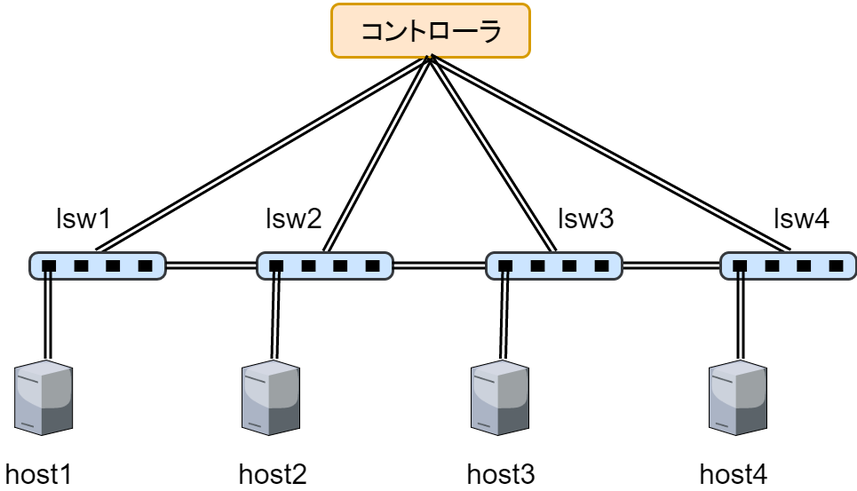
Before: img/multi-switch-model.png, a diagram exported from draw.io (handai-trema/learning-switch-shuya-abe). Source tidied: cells renumbered, new cells last; positions are measured from the earlier drawing's top-left corner, leaving out a move shared by most shapes. Its diagram source:
```xml
<mxGraphModel background="#ffffff">
  <root>
    <mxCell id="0" />
    <mxCell id="1" parent="0" />
    <mxCell id="2" style="edgeStyle=none;shape=link;rounded=0;html=1;entryX=0.5;entryY=0;jettySize=auto;strokeWidth=3;fontSize=32;exitX=0.5;exitY=1;" parent="1" edge="1" source="3" target="45">
      <mxGeometry relative="1" as="geometry" />
    </mxCell>
    <mxCell id="3" value="コントローラ" style="rounded=1;whiteSpace=wrap;html=1;strokeWidth=3;fillColor=#ffe6cc;fontSize=32;strokeColor=#d79b00;" parent="1" vertex="1">
      <mxGeometry x="370" width="223" height="60" as="geometry" />
    </mxCell>
    <mxCell id="4" style="edgeStyle=none;rounded=0;html=1;exitX=1;exitY=0.5;entryX=0;entryY=0.5;jettySize=auto;strokeWidth=3;fontSize=32;shape=link;" parent="1" edge="1" source="22" target="11">
      <mxGeometry relative="1" as="geometry" />
    </mxCell>
    <mxCell id="5" style="edgeStyle=none;shape=link;rounded=0;html=1;exitX=0.5;exitY=0;entryX=0.5;entryY=1;jettySize=auto;strokeWidth=3;fontSize=32;" parent="1" edge="1" source="33" target="3">
      <mxGeometry relative="1" as="geometry" />
    </mxCell>
    <mxCell id="6" style="edgeStyle=none;shape=link;rounded=0;html=1;exitX=0.5;exitY=0;entryX=0.5;entryY=1;jettySize=auto;strokeWidth=3;fontSize=32;" parent="1" edge="1" source="22" target="3">
      <mxGeometry relative="1" as="geometry" />
    </mxCell>
    <mxCell id="7" style="edgeStyle=none;shape=link;rounded=0;html=1;exitX=0.5;exitY=0;entryX=0.5;entryY=1;jettySize=auto;strokeWidth=3;fontSize=32;" parent="1" edge="1" source="11" target="3">
      <mxGeometry relative="1" as="geometry" />
    </mxCell>
    <mxCell id="8" style="group;" parent="1" vertex="1">
      <mxGeometry x="782" y="220" width="179" height="305" as="geometry" />
    </mxCell>
    <mxCell id="9" style="verticalLabelPosition=bottom;html=1;verticalAlign=top;strokeColor=none;shape=mxgraph.citrix.license_server;fillColor=#000000;gradientColor=none;fontSize=32;" parent="8" vertex="1">
      <mxGeometry x="13" y="181" width="65" height="85" as="geometry" />
    </mxCell>
    <mxCell id="10" style="group;" parent="8" vertex="1">
      <mxGeometry x="26" y="59" width="153" height="32" as="geometry" />
    </mxCell>
    <mxCell id="11" style="rounded=1;whiteSpace=wrap;html=1;strokeWidth=3;fillColor=#cce5ff;fontSize=32;arcSize=32;strokeColor=#36393d;" parent="10" vertex="1">
      <mxGeometry y="1" width="153" height="30" as="geometry" />
    </mxCell>
    <mxCell id="12" style="whiteSpace=wrap;html=1;strokeWidth=3;fillColor=#000000;gradientColor=none;fontSize=32;" parent="10" vertex="1">
      <mxGeometry x="15.3" y="11" width="12.8" height="10" as="geometry" />
    </mxCell>
    <mxCell id="13" style="whiteSpace=wrap;html=1;strokeWidth=3;fillColor=#000000;gradientColor=none;fontSize=32;" parent="10" vertex="1">
      <mxGeometry x="51.6" y="11" width="12.8" height="10" as="geometry" />
    </mxCell>
    <mxCell id="14" style="whiteSpace=wrap;html=1;strokeWidth=3;fillColor=#000000;gradientColor=none;fontSize=32;" parent="10" vertex="1">
      <mxGeometry x="87.3" y="11" width="12.8" height="10" as="geometry" />
    </mxCell>
    <mxCell id="15" style="whiteSpace=wrap;html=1;strokeWidth=3;fillColor=#000000;gradientColor=none;fontSize=32;" parent="10" vertex="1">
      <mxGeometry x="123.7" y="11" width="12.8" height="10" as="geometry" />
    </mxCell>
    <mxCell id="16" style="edgeStyle=none;rounded=0;html=1;exitX=0.5;exitY=1;entryX=0.556;entryY=-0.032;entryPerimeter=0;jettySize=auto;strokeWidth=3;fontSize=32;shape=link;" parent="8" edge="1" source="12" target="9">
      <mxGeometry relative="1" as="geometry" />
    </mxCell>
    <mxCell id="17" value="host4" style="text;html=1;align=left;verticalAlign=top;spacingTop=-4;fontSize=32;" parent="8" vertex="1">
      <mxGeometry y="288" width="90" height="40" as="geometry" />
    </mxCell>
    <mxCell id="18" value="lsw4" style="text;html=1;align=left;verticalAlign=top;spacingTop=-4;fontSize=32;" parent="8" vertex="1">
      <mxGeometry x="84" width="80" height="40" as="geometry" />
    </mxCell>
    <mxCell id="19" style="group;" parent="1" vertex="1">
      <mxGeometry x="520" y="220" width="183" height="305" as="geometry" />
    </mxCell>
    <mxCell id="20" style="verticalLabelPosition=bottom;html=1;verticalAlign=top;strokeColor=none;shape=mxgraph.citrix.license_server;fillColor=#000000;gradientColor=none;fontSize=32;" parent="19" vertex="1">
      <mxGeometry x="7" y="181" width="65" height="85" as="geometry" />
    </mxCell>
    <mxCell id="21" style="group;" parent="19" vertex="1">
      <mxGeometry x="24" y="59" width="153" height="32" as="geometry" />
    </mxCell>
    <mxCell id="22" style="rounded=1;whiteSpace=wrap;html=1;strokeWidth=3;fillColor=#cce5ff;fontSize=32;arcSize=32;strokeColor=#36393d;" parent="21" vertex="1">
      <mxGeometry y="1" width="153" height="30" as="geometry" />
    </mxCell>
    <mxCell id="23" style="whiteSpace=wrap;html=1;strokeWidth=3;fillColor=#000000;gradientColor=none;fontSize=32;" parent="21" vertex="1">
      <mxGeometry x="15.3" y="11" width="12.8" height="10" as="geometry" />
    </mxCell>
    <mxCell id="24" style="whiteSpace=wrap;html=1;strokeWidth=3;fillColor=#000000;gradientColor=none;fontSize=32;" parent="21" vertex="1">
      <mxGeometry x="51.6" y="11" width="12.8" height="10" as="geometry" />
    </mxCell>
    <mxCell id="25" style="whiteSpace=wrap;html=1;strokeWidth=3;fillColor=#000000;gradientColor=none;fontSize=32;" parent="21" vertex="1">
      <mxGeometry x="87.3" y="11" width="12.8" height="10" as="geometry" />
    </mxCell>
    <mxCell id="26" style="whiteSpace=wrap;html=1;strokeWidth=3;fillColor=#000000;gradientColor=none;fontSize=32;" parent="21" vertex="1">
      <mxGeometry x="123.7" y="11" width="12.8" height="10" as="geometry" />
    </mxCell>
    <mxCell id="27" style="edgeStyle=none;rounded=0;html=1;exitX=0.5;exitY=1;entryX=0.556;entryY=-0.032;entryPerimeter=0;jettySize=auto;strokeWidth=3;fontSize=32;shape=link;" parent="19" edge="1" source="23" target="20">
      <mxGeometry relative="1" as="geometry" />
    </mxCell>
    <mxCell id="28" value="host3" style="text;html=1;align=left;verticalAlign=top;spacingTop=-4;fontSize=32;" parent="19" vertex="1">
      <mxGeometry y="288" width="90" height="40" as="geometry" />
    </mxCell>
    <mxCell id="29" value="lsw3" style="text;html=1;align=left;verticalAlign=top;spacingTop=-4;fontSize=32;" parent="19" vertex="1">
      <mxGeometry x="103" width="80" height="40" as="geometry" />
    </mxCell>
    <mxCell id="30" style="group;" parent="1" vertex="1">
      <mxGeometry x="263" y="220" width="176" height="305" as="geometry" />
    </mxCell>
    <mxCell id="31" style="verticalLabelPosition=bottom;html=1;verticalAlign=top;strokeColor=none;shape=mxgraph.citrix.license_server;fillColor=#000000;gradientColor=none;fontSize=32;" parent="30" vertex="1">
      <mxGeometry x="6" y="181" width="65" height="85" as="geometry" />
    </mxCell>
    <mxCell id="32" style="group;" parent="30" vertex="1">
      <mxGeometry x="23" y="55" width="153" height="40" as="geometry" />
    </mxCell>
    <mxCell id="33" style="rounded=1;whiteSpace=wrap;html=1;strokeWidth=3;fillColor=#cce5ff;fontSize=32;arcSize=32;strokeColor=#36393d;" parent="32" vertex="1">
      <mxGeometry y="5" width="153" height="30" as="geometry" />
    </mxCell>
    <mxCell id="34" style="whiteSpace=wrap;html=1;strokeWidth=3;fillColor=#000000;gradientColor=none;fontSize=32;" parent="32" vertex="1">
      <mxGeometry x="15.3" y="15" width="12.8" height="10" as="geometry" />
    </mxCell>
    <mxCell id="35" style="whiteSpace=wrap;html=1;strokeWidth=3;fillColor=#000000;gradientColor=none;fontSize=32;" parent="32" vertex="1">
      <mxGeometry x="51.6" y="15" width="12.8" height="10" as="geometry" />
    </mxCell>
    <mxCell id="36" style="whiteSpace=wrap;html=1;strokeWidth=3;fillColor=#000000;gradientColor=none;fontSize=32;" parent="32" vertex="1">
      <mxGeometry x="87.3" y="15" width="12.8" height="10" as="geometry" />
    </mxCell>
    <mxCell id="37" style="whiteSpace=wrap;html=1;strokeWidth=3;fillColor=#000000;gradientColor=none;fontSize=32;" parent="32" vertex="1">
      <mxGeometry x="123.7" y="15" width="12.8" height="10" as="geometry" />
    </mxCell>
    <mxCell id="38" style="edgeStyle=none;rounded=0;html=1;exitX=0.5;exitY=1;entryX=0.556;entryY=-0.032;entryPerimeter=0;jettySize=auto;strokeWidth=3;fontSize=32;shape=link;" parent="30" edge="1" source="34" target="31">
      <mxGeometry relative="1" as="geometry" />
    </mxCell>
    <mxCell id="39" value="host2" style="text;html=1;align=left;verticalAlign=top;spacingTop=-4;fontSize=32;" parent="30" vertex="1">
      <mxGeometry y="288" width="90" height="40" as="geometry" />
    </mxCell>
    <mxCell id="40" value="lsw2" style="text;html=1;align=left;verticalAlign=top;spacingTop=-4;fontSize=32;" parent="30" vertex="1">
      <mxGeometry x="31" width="80" height="40" as="geometry" />
    </mxCell>
    <mxCell id="41" style="edgeStyle=none;rounded=0;html=1;exitX=1;exitY=0.5;entryX=0;entryY=0.5;jettySize=auto;strokeWidth=3;fontSize=32;shape=link;" parent="1" edge="1" source="33" target="22">
      <mxGeometry relative="1" as="geometry" />
    </mxCell>
    <mxCell id="42" style="group;" parent="1" vertex="1">
      <mxGeometry y="220" width="183" height="305" as="geometry" />
    </mxCell>
    <mxCell id="43" style="verticalLabelPosition=bottom;html=1;verticalAlign=top;strokeColor=none;shape=mxgraph.citrix.license_server;fillColor=#000000;gradientColor=none;fontSize=32;" parent="42" vertex="1">
      <mxGeometry x="13.2" y="181" width="65" height="85" as="geometry" />
    </mxCell>
    <mxCell id="44" style="group;" parent="42" vertex="1">
      <mxGeometry x="30" y="60" width="153" height="30" as="geometry" />
    </mxCell>
    <mxCell id="45" style="rounded=1;whiteSpace=wrap;html=1;strokeWidth=3;fillColor=#cce5ff;fontSize=32;arcSize=32;strokeColor=#36393d;" parent="44" vertex="1">
      <mxGeometry width="153" height="30" as="geometry" />
    </mxCell>
    <mxCell id="46" style="whiteSpace=wrap;html=1;strokeWidth=3;fillColor=#000000;gradientColor=none;fontSize=32;" parent="44" vertex="1">
      <mxGeometry x="15.3" y="10" width="12.8" height="10" as="geometry" />
    </mxCell>
    <mxCell id="47" style="whiteSpace=wrap;html=1;strokeWidth=3;fillColor=#000000;gradientColor=none;fontSize=32;" parent="44" vertex="1">
      <mxGeometry x="51.6" y="10" width="12.8" height="10" as="geometry" />
    </mxCell>
    <mxCell id="48" style="whiteSpace=wrap;html=1;strokeWidth=3;fillColor=#000000;gradientColor=none;fontSize=32;" parent="44" vertex="1">
      <mxGeometry x="87.3" y="10" width="12.8" height="10" as="geometry" />
    </mxCell>
    <mxCell id="49" style="whiteSpace=wrap;html=1;strokeWidth=3;fillColor=#000000;gradientColor=none;fontSize=32;" parent="44" vertex="1">
      <mxGeometry x="123.7" y="10" width="12.8" height="10" as="geometry" />
    </mxCell>
    <mxCell id="50" style="edgeStyle=none;rounded=0;html=1;exitX=0.5;exitY=1;entryX=0.556;entryY=-0.032;entryPerimeter=0;jettySize=auto;strokeWidth=3;fontSize=32;shape=link;" parent="42" edge="1" source="46" target="43">
      <mxGeometry relative="1" as="geometry" />
    </mxCell>
    <mxCell id="51" value="host1" style="text;html=1;align=left;verticalAlign=top;spacingTop=-4;fontSize=32;" parent="42" vertex="1">
      <mxGeometry y="288" width="90" height="40" as="geometry" />
    </mxCell>
    <mxCell id="52" value="lsw1" style="text;html=1;align=left;verticalAlign=top;spacingTop=-4;fontSize=32;" parent="42" vertex="1">
      <mxGeometry x="58" width="80" height="40" as="geometry" />
    </mxCell>
    <mxCell id="53" style="edgeStyle=none;rounded=0;html=1;exitX=1;exitY=0.5;entryX=0;entryY=0.5;jettySize=auto;strokeWidth=3;fontSize=32;shape=link;" parent="1" edge="1" source="45" target="33">
      <mxGeometry relative="1" as="geometry" />
    </mxCell>
  </root>
</mxGraphModel>
```
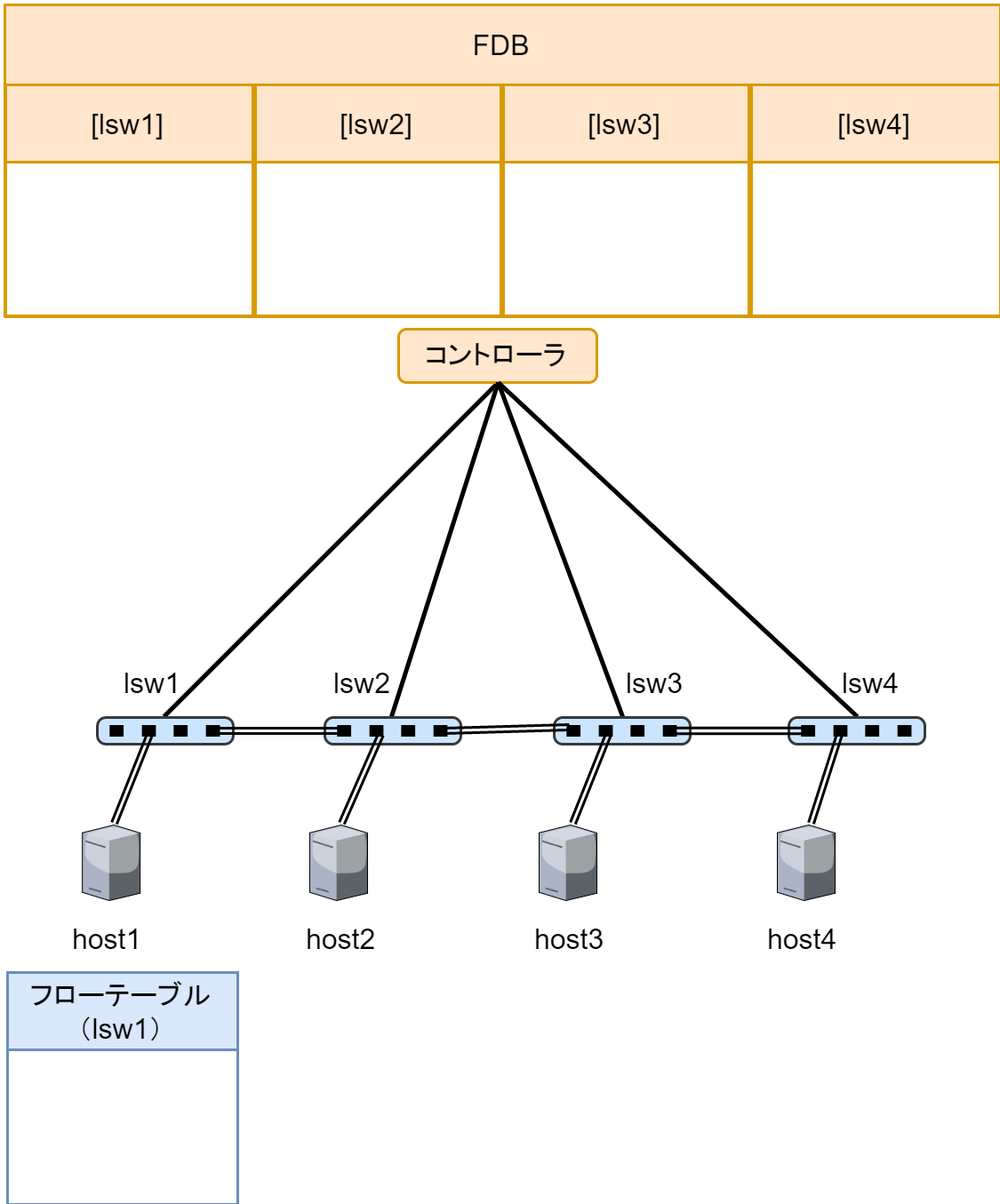
The same diagram one commit later.

Diff of the diagram source:
```diff
@@ -2,22 +2,19 @@
   <root>
     <mxCell id="0" />
     <mxCell id="1" parent="0" />
-    <mxCell id="2" style="edgeStyle=none;shape=link;rounded=0;html=1;entryX=0.5;entryY=0;jettySize=auto;strokeWidth=3;fontSize=32;exitX=0.5;exitY=1;" parent="1" edge="1" source="3" target="45">
+    <mxCell id="2" style="edgeStyle=none;rounded=0;html=1;entryX=0.5;entryY=0;jettySize=auto;strokeWidth=5;fontSize=32;exitX=0.5;exitY=1;endArrow=none;endFill=0;" parent="1" edge="1" source="3" target="45">
       <mxGeometry relative="1" as="geometry" />
     </mxCell>
     <mxCell id="3" value="コントローラ" style="rounded=1;whiteSpace=wrap;html=1;strokeWidth=3;fillColor=#ffe6cc;fontSize=32;strokeColor=#d79b00;" parent="1" vertex="1">
-      <mxGeometry x="370" width="223" height="60" as="geometry" />
+      <mxGeometry x="369" y="-157" width="223" height="60" as="geometry" />
     </mxCell>
-    <mxCell id="4" style="edgeStyle=none;rounded=0;html=1;exitX=1;exitY=0.5;entryX=0;entryY=0.5;jettySize=auto;strokeWidth=3;fontSize=32;shape=link;" parent="1" edge="1" source="22" target="11">
-      <mxGeometry relative="1" as="geometry" />
-    </mxCell>
-    <mxCell id="5" style="edgeStyle=none;shape=link;rounded=0;html=1;exitX=0.5;exitY=0;entryX=0.5;entryY=1;jettySize=auto;strokeWidth=3;fontSize=32;" parent="1" edge="1" source="33" target="3">
+    <mxCell id="5" style="edgeStyle=none;rounded=0;html=1;exitX=0.5;exitY=0;entryX=0.5;entryY=1;jettySize=auto;strokeWidth=5;fontSize=32;endArrow=none;endFill=0;" parent="1" edge="1" source="33" target="3">
       <mxGeometry relative="1" as="geometry" />
     </mxCell>
-    <mxCell id="6" style="edgeStyle=none;shape=link;rounded=0;html=1;exitX=0.5;exitY=0;entryX=0.5;entryY=1;jettySize=auto;strokeWidth=3;fontSize=32;" parent="1" edge="1" source="22" target="3">
+    <mxCell id="6" style="edgeStyle=none;rounded=0;html=1;exitX=0.5;exitY=0;entryX=0.5;entryY=1;jettySize=auto;strokeWidth=5;fontSize=32;endArrow=none;endFill=0;" parent="1" edge="1" source="22" target="3">
       <mxGeometry relative="1" as="geometry" />
     </mxCell>
-    <mxCell id="7" style="edgeStyle=none;shape=link;rounded=0;html=1;exitX=0.5;exitY=0;entryX=0.5;entryY=1;jettySize=auto;strokeWidth=3;fontSize=32;" parent="1" edge="1" source="11" target="3">
+    <mxCell id="7" style="edgeStyle=none;rounded=0;html=1;exitX=0.5;exitY=0;entryX=0.5;entryY=1;jettySize=auto;strokeWidth=5;fontSize=32;endArrow=none;endFill=0;" parent="1" edge="1" source="11" target="3">
       <mxGeometry relative="1" as="geometry" />
     </mxCell>
     <mxCell id="8" style="group;" parent="1" vertex="1">
@@ -44,7 +41,7 @@
     <mxCell id="15" style="whiteSpace=wrap;html=1;strokeWidth=3;fillColor=#000000;gradientColor=none;fontSize=32;" parent="10" vertex="1">
       <mxGeometry x="123.7" y="11" width="12.8" height="10" as="geometry" />
     </mxCell>
-    <mxCell id="16" style="edgeStyle=none;rounded=0;html=1;exitX=0.5;exitY=1;entryX=0.556;entryY=-0.032;entryPerimeter=0;jettySize=auto;strokeWidth=3;fontSize=32;shape=link;" parent="8" edge="1" source="12" target="9">
+    <mxCell id="16" style="edgeStyle=none;rounded=0;html=1;exitX=0.5;exitY=1;entryX=0.556;entryY=-0.032;entryPerimeter=0;jettySize=auto;strokeWidth=3;fontSize=32;shape=link;" parent="8" edge="1" source="13" target="9">
       <mxGeometry relative="1" as="geometry" />
     </mxCell>
     <mxCell id="17" value="host4" style="text;html=1;align=left;verticalAlign=top;spacingTop=-4;fontSize=32;" parent="8" vertex="1">
@@ -77,7 +74,7 @@
     <mxCell id="26" style="whiteSpace=wrap;html=1;strokeWidth=3;fillColor=#000000;gradientColor=none;fontSize=32;" parent="21" vertex="1">
       <mxGeometry x="123.7" y="11" width="12.8" height="10" as="geometry" />
     </mxCell>
-    <mxCell id="27" style="edgeStyle=none;rounded=0;html=1;exitX=0.5;exitY=1;entryX=0.556;entryY=-0.032;entryPerimeter=0;jettySize=auto;strokeWidth=3;fontSize=32;shape=link;" parent="19" edge="1" source="23" target="20">
+    <mxCell id="27" style="edgeStyle=none;rounded=0;html=1;exitX=0.75;exitY=1;entryX=0.556;entryY=-0.032;entryPerimeter=0;jettySize=auto;strokeWidth=3;fontSize=32;shape=link;" parent="19" edge="1" source="24" target="20">
       <mxGeometry relative="1" as="geometry" />
     </mxCell>
     <mxCell id="28" value="host3" style="text;html=1;align=left;verticalAlign=top;spacingTop=-4;fontSize=32;" parent="19" vertex="1">
@@ -110,7 +107,7 @@
     <mxCell id="37" style="whiteSpace=wrap;html=1;strokeWidth=3;fillColor=#000000;gradientColor=none;fontSize=32;" parent="32" vertex="1">
       <mxGeometry x="123.7" y="15" width="12.8" height="10" as="geometry" />
     </mxCell>
-    <mxCell id="38" style="edgeStyle=none;rounded=0;html=1;exitX=0.5;exitY=1;entryX=0.556;entryY=-0.032;entryPerimeter=0;jettySize=auto;strokeWidth=3;fontSize=32;shape=link;" parent="30" edge="1" source="34" target="31">
+    <mxCell id="38" style="edgeStyle=none;rounded=0;html=1;exitX=0.75;exitY=1;entryX=0.556;entryY=-0.032;entryPerimeter=0;jettySize=auto;strokeWidth=3;fontSize=32;shape=link;" parent="30" edge="1" source="35" target="31">
       <mxGeometry relative="1" as="geometry" />
     </mxCell>
     <mxCell id="39" value="host2" style="text;html=1;align=left;verticalAlign=top;spacingTop=-4;fontSize=32;" parent="30" vertex="1">
@@ -119,7 +116,7 @@
     <mxCell id="40" value="lsw2" style="text;html=1;align=left;verticalAlign=top;spacingTop=-4;fontSize=32;" parent="30" vertex="1">
       <mxGeometry x="31" width="80" height="40" as="geometry" />
     </mxCell>
-    <mxCell id="41" style="edgeStyle=none;rounded=0;html=1;exitX=1;exitY=0.5;entryX=0;entryY=0.5;jettySize=auto;strokeWidth=3;fontSize=32;shape=link;" parent="1" edge="1" source="33" target="22">
+    <mxCell id="41" style="edgeStyle=none;rounded=0;html=1;exitX=1;exitY=0.5;jettySize=auto;strokeWidth=3;fontSize=32;shape=link;entryX=0;entryY=0.25;" parent="1" edge="1" source="37" target="23">
       <mxGeometry relative="1" as="geometry" />
     </mxCell>
     <mxCell id="42" style="group;" parent="1" vertex="1">
@@ -146,7 +143,7 @@
     <mxCell id="49" style="whiteSpace=wrap;html=1;strokeWidth=3;fillColor=#000000;gradientColor=none;fontSize=32;" parent="44" vertex="1">
       <mxGeometry x="123.7" y="10" width="12.8" height="10" as="geometry" />
     </mxCell>
-    <mxCell id="50" style="edgeStyle=none;rounded=0;html=1;exitX=0.5;exitY=1;entryX=0.556;entryY=-0.032;entryPerimeter=0;jettySize=auto;strokeWidth=3;fontSize=32;shape=link;" parent="42" edge="1" source="46" target="43">
+    <mxCell id="50" style="edgeStyle=none;rounded=0;html=1;exitX=0.5;exitY=1;entryX=0.556;entryY=-0.032;entryPerimeter=0;jettySize=auto;strokeWidth=3;fontSize=32;shape=link;" parent="42" edge="1" source="47" target="43">
       <mxGeometry relative="1" as="geometry" />
     </mxCell>
     <mxCell id="51" value="host1" style="text;html=1;align=left;verticalAlign=top;spacingTop=-4;fontSize=32;" parent="42" vertex="1">
@@ -155,8 +152,31 @@
     <mxCell id="52" value="lsw1" style="text;html=1;align=left;verticalAlign=top;spacingTop=-4;fontSize=32;" parent="42" vertex="1">
       <mxGeometry x="58" width="80" height="40" as="geometry" />
     </mxCell>
-    <mxCell id="53" style="edgeStyle=none;rounded=0;html=1;exitX=1;exitY=0.5;entryX=0;entryY=0.5;jettySize=auto;strokeWidth=3;fontSize=32;shape=link;" parent="1" edge="1" source="45" target="33">
+    <mxCell id="53" style="edgeStyle=none;rounded=0;html=1;exitX=1;exitY=0.5;entryX=0;entryY=0.5;jettySize=auto;strokeWidth=3;fontSize=32;shape=link;" parent="1" edge="1" source="49" target="34">
       <mxGeometry relative="1" as="geometry" />
     </mxCell>
+    <mxCell id="54" value="&lt;span style=&quot;font-weight: normal&quot;&gt;フローテーブル（lsw1）&lt;/span&gt;" style="swimlane;whiteSpace=wrap;html=1;strokeWidth=3;fillColor=#dae8fc;fontSize=32;startSize=87;strokeColor=#6c8ebf;" parent="1" vertex="1">
+      <mxGeometry x="-71" y="567" width="259" height="261" as="geometry" />
+    </mxCell>
+    <mxCell id="55" value="&lt;span style=&quot;font-weight: normal&quot;&gt;[lsw1]&lt;/span&gt;" style="swimlane;whiteSpace=wrap;html=1;strokeWidth=3;fillColor=#ffe6cc;fontSize=32;startSize=87;strokeColor=#d79b00;" parent="1" vertex="1">
+      <mxGeometry x="-73" y="-432" width="278" height="261" as="geometry" />
+    </mxCell>
+    <mxCell id="56" value="&lt;span style=&quot;font-weight: normal&quot;&gt;[lsw2]&lt;/span&gt;" style="swimlane;whiteSpace=wrap;html=1;strokeWidth=3;fillColor=#ffe6cc;fontSize=32;startSize=87;strokeColor=#d79b00;" parent="1" vertex="1">
+      <mxGeometry x="208" y="-432" width="276" height="261" as="geometry" />
+    </mxCell>
+    <mxCell id="57" value="&lt;span style=&quot;font-weight: normal&quot;&gt;[lsw3]&lt;/span&gt;" style="swimlane;whiteSpace=wrap;html=1;strokeWidth=3;fillColor=#ffe6cc;fontSize=32;startSize=87;strokeColor=#d79b00;" parent="1" vertex="1">
+      <mxGeometry x="487" y="-432" width="276" height="261" as="geometry" />
+    </mxCell>
+    <mxCell id="58" value="&lt;span style=&quot;font-weight: normal&quot;&gt;[lsw4]&lt;/span&gt;" style="swimlane;whiteSpace=wrap;html=1;strokeWidth=3;fillColor=#ffe6cc;fontSize=32;startSize=87;strokeColor=#d79b00;" parent="1" vertex="1">
+      <mxGeometry x="766" y="-432" width="280" height="261" as="geometry" />
+    </mxCell>
+    <mxCell id="59" value="&lt;span style=&quot;font-weight: normal&quot;&gt;FDB&lt;/span&gt;" style="swimlane;whiteSpace=wrap;html=1;strokeWidth=3;fillColor=#ffe6cc;fontSize=32;startSize=90;strokeColor=#d79b00;" parent="58" vertex="1">
+      <mxGeometry x="-840" y="-90" width="1120" height="350" as="geometry" />
+    </mxCell>
+    <mxCell id="4" style="edgeStyle=none;rounded=0;html=1;entryX=0;entryY=0.5;jettySize=auto;strokeWidth=3;fontSize=32;shape=link;width=-8.333333333333334;" parent="1" edge="1" target="12">
+      <mxGeometry relative="1" as="geometry">
+        <mxPoint x="681" y="295" as="sourcePoint" />
+      </mxGeometry>
+    </mxCell>
   </root>
 </mxGraphModel>
```
